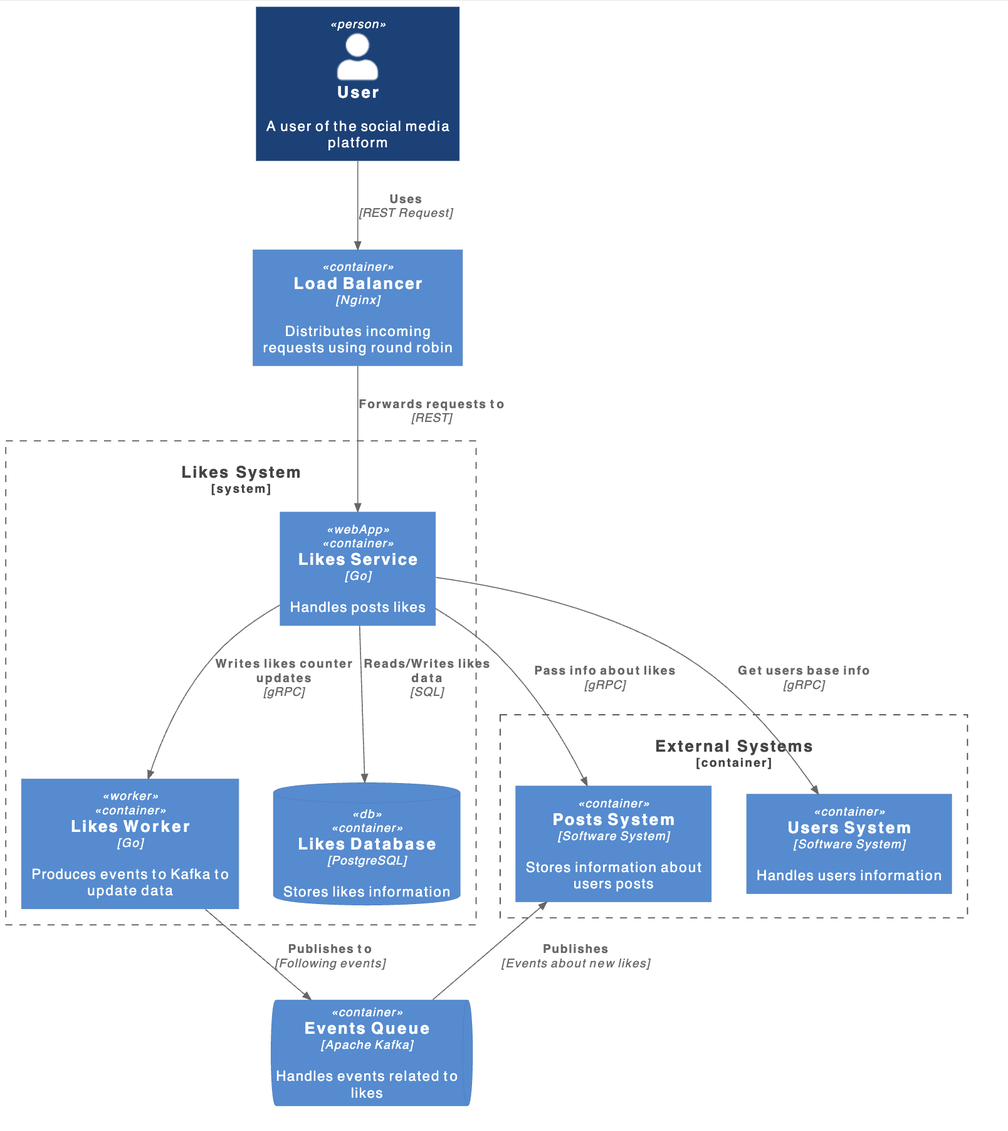
Above: architecture/likes/likes.png in Sly-al/social_network_system_design (PlantUML), before the change. Its source is kept beside it as architecture/likes/likes.puml.
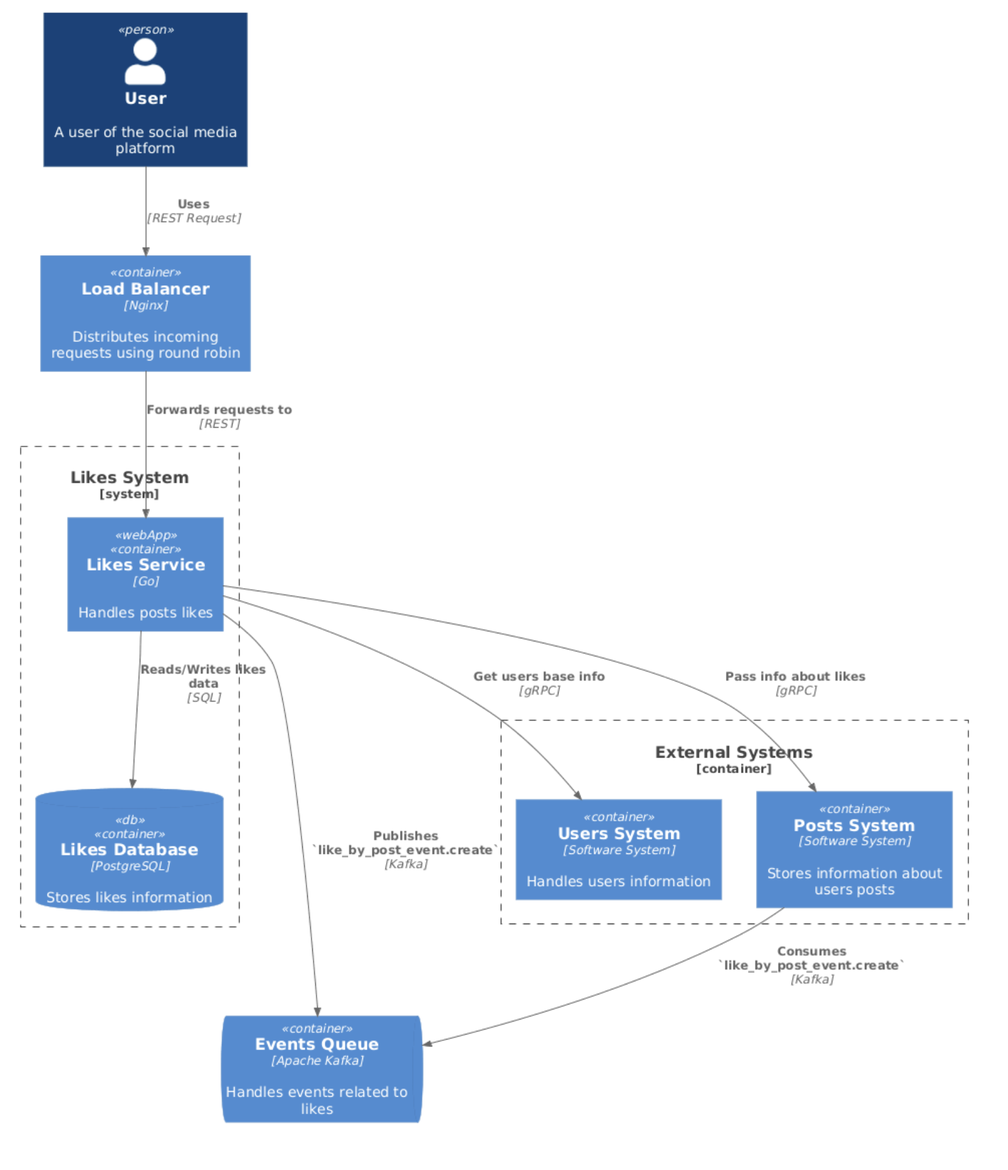
Above is the later version.

What changed in the source:
```diff
@@ -7,7 +7,6 @@
 
 System_Boundary(likesSystem, "Likes System") {
     Container(likesService, "Likes Service", "Go", "Handles posts likes", $tags="webApp")
-    Container(likesWorker, "Likes Worker", "Go", "Produces events to Kafka to update data", $tags="worker")
     ContainerDb(likesDatabase, "Likes Database", "PostgreSQL", "Stores likes information", $tags="db")
 }
 
@@ -22,12 +21,11 @@
 Rel(loadBalancer, likesService, "Forwards requests to", "REST")
 
 Rel(likesService, likesDatabase, "Reads/Writes likes data", "SQL")
-Rel(likesService, likesWorker, "Writes likes counter updates", "gRPC")
+Rel(likesService, messageQueue, "Publishes `like_by_post_event.create`", "Kafka")
 
 Rel(likesService, usersSystem, "Get users base info", "gRPC")
 Rel(likesService, postsSystem, "Pass info about likes", "gRPC")
 
-Rel_U(messageQueue, postsSystem, "Publishes", "Events about new likes")
-Rel_D(likesWorker, messageQueue, "Publishes to", "Following events")
+Rel(postsSystem, messageQueue, "Consumes `like_by_post_event.create`", "Kafka")
 
 @enduml
```
